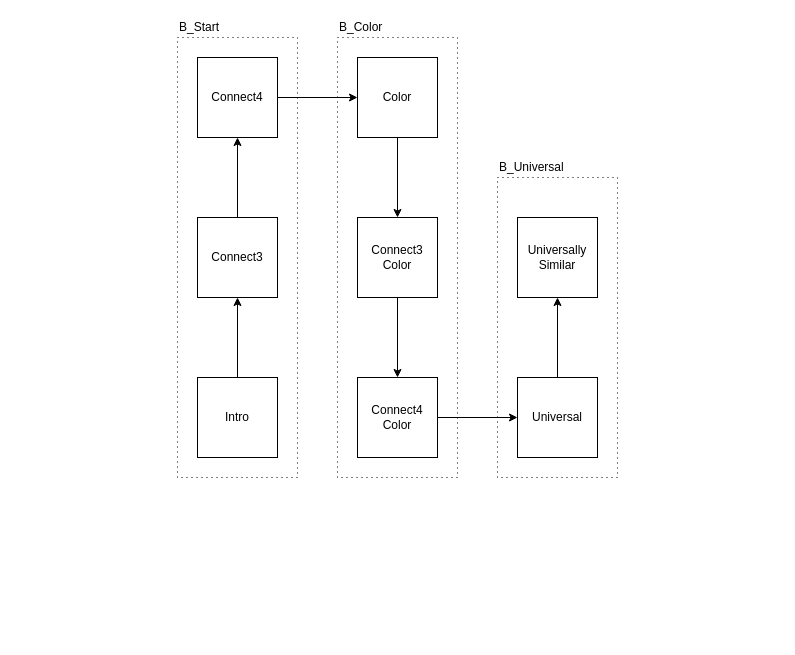
NodalGame/Nodal keeps this draw.io diagram as page "Campaign" (2 of 9) of docs/NodalCampaign.drawio. Above is the earlier version. Source tidied: cells renumbered, new cells numbered last; positions are measured from the earlier drawing's top-left corner, leaving out a move shared by most shapes. Both pictures are drawn from the tidied source at 100%, with x=0, y=0 at pixel (177, 17).
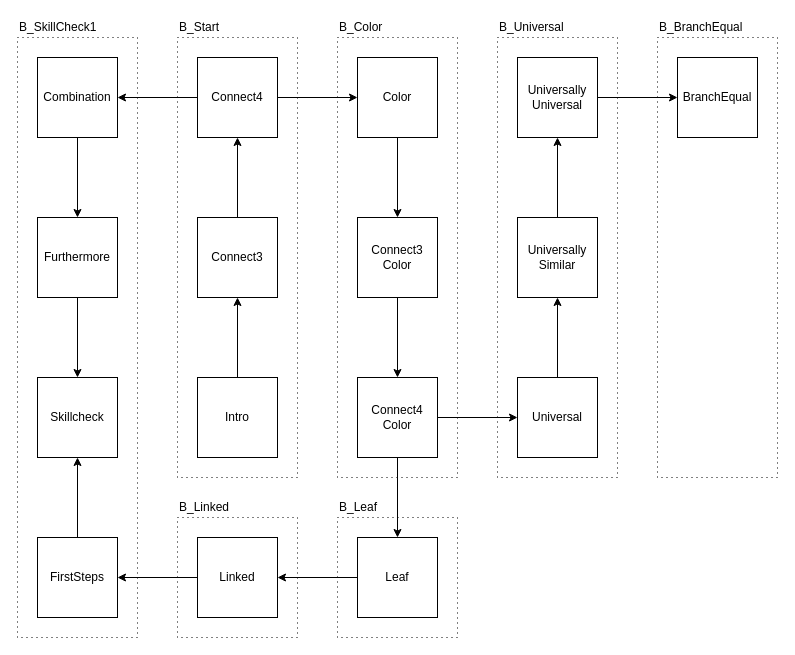
The same page after the edit.

Unchanged cells that the change refers to:
```xml
<mxCell id="9" value="Connect4" style="rounded=0;whiteSpace=wrap;html=1;" parent="1" vertex="1">
  <mxGeometry x="20" y="40" width="80" height="80" as="geometry" />
</mxCell>
<mxCell id="17" value="Connect4&lt;br&gt;Color" style="rounded=0;whiteSpace=wrap;html=1;" parent="1" vertex="1">
  <mxGeometry x="180" y="360" width="80" height="80" as="geometry" />
</mxCell>
<mxCell id="22" value="Universally&lt;br&gt;Similar" style="rounded=0;whiteSpace=wrap;html=1;" parent="1" vertex="1">
  <mxGeometry x="340" y="200" width="80" height="80" as="geometry" />
</mxCell>
```

The edit, as a diff of the source:
```diff
@@
+    <mxCell id="23" style="rounded=0;whiteSpace=wrap;html=1;fillColor=none;dashed=1;dashPattern=1 4;" parent="1" vertex="1">
+      <mxGeometry x="480" y="20" width="120" height="440" as="geometry" />
+    </mxCell>
+    <mxCell id="12" style="rounded=0;whiteSpace=wrap;html=1;fillColor=none;dashed=1;dashPattern=1 4;" parent="1" vertex="1">
+      <mxGeometry y="20" width="120" height="440" as="geometry" />
+    </mxCell>
     <mxCell id="2" style="rounded=0;whiteSpace=wrap;html=1;fillColor=none;dashed=1;dashPattern=1 4;" parent="1" vertex="1">
-      <mxGeometry x="320" y="160" width="120" height="300" as="geometry" />
+      <mxGeometry x="320" y="20" width="120" height="440" as="geometry" />
     </mxCell>
@@
+    <mxCell id="24" style="edgeStyle=orthogonalEdgeStyle;rounded=0;jettySize=auto;html=1;" parent="1" edge="1" source="9" target="29">
+      <mxGeometry relative="1" as="geometry" />
+    </mxCell>
@@
-    <mxCell id="12" style="rounded=0;whiteSpace=wrap;html=1;fillColor=none;dashed=1;dashPattern=1 4;" parent="1" vertex="1">
-      <mxGeometry y="20" width="120" height="440" as="geometry" />
-    </mxCell>
@@
+    <mxCell id="25" style="edgeStyle=orthogonalEdgeStyle;rounded=0;jettySize=auto;html=1;" parent="1" edge="1" source="17" target="32">
+      <mxGeometry relative="1" as="geometry" />
+    </mxCell>
@@
     <mxCell id="21" value="B_Universal" style="text;html=1;align=left;verticalAlign=middle;whiteSpace=wrap;rounded=0;" parent="1" vertex="1">
-      <mxGeometry x="320" y="140" width="70" height="20" as="geometry" />
+      <mxGeometry x="320" width="70" height="20" as="geometry" />
     </mxCell>
+    <mxCell id="26" style="edgeStyle=orthogonalEdgeStyle;rounded=0;jettySize=auto;html=1;" parent="1" edge="1" source="22" target="37">
+      <mxGeometry relative="1" as="geometry" />
+    </mxCell>
@@
+    <mxCell id="27" style="rounded=0;whiteSpace=wrap;html=1;fillColor=none;dashed=1;dashPattern=1 4;" parent="1" vertex="1">
+      <mxGeometry x="-160" y="20" width="120" height="600" as="geometry" />
+    </mxCell>
+    <mxCell id="28" style="edgeStyle=orthogonalEdgeStyle;rounded=0;jettySize=auto;html=1;" parent="1" edge="1" source="29" target="39">
+      <mxGeometry relative="1" as="geometry" />
+    </mxCell>
+    <mxCell id="29" value="Combination" style="rounded=0;whiteSpace=wrap;html=1;" parent="1" vertex="1">
+      <mxGeometry x="-140" y="40" width="80" height="80" as="geometry" />
+    </mxCell>
+    <mxCell id="30" style="rounded=0;whiteSpace=wrap;html=1;fillColor=none;dashed=1;dashPattern=1 4;" parent="1" vertex="1">
+      <mxGeometry x="160" y="500" width="120" height="120" as="geometry" />
+    </mxCell>
+    <mxCell id="31" style="edgeStyle=orthogonalEdgeStyle;rounded=0;jettySize=auto;html=1;" parent="1" edge="1" source="32" target="43">
+      <mxGeometry relative="1" as="geometry" />
+    </mxCell>
+    <mxCell id="32" value="Leaf" style="rounded=0;whiteSpace=wrap;html=1;" parent="1" vertex="1">
+      <mxGeometry x="180" y="520" width="80" height="80" as="geometry" />
+    </mxCell>
+    <mxCell id="33" value="BranchEqual" style="rounded=0;whiteSpace=wrap;html=1;" parent="1" vertex="1">
+      <mxGeometry x="500" y="40" width="80" height="80" as="geometry" />
+    </mxCell>
+    <mxCell id="34" value="B_BranchEqual" style="text;html=1;align=left;verticalAlign=middle;whiteSpace=wrap;rounded=0;" parent="1" vertex="1">
+      <mxGeometry x="480" width="60" height="20" as="geometry" />
+    </mxCell>
+    <mxCell id="35" value="B_Leaf" style="text;html=1;align=left;verticalAlign=middle;whiteSpace=wrap;rounded=0;" parent="1" vertex="1">
+      <mxGeometry x="160" y="480" width="60" height="20" as="geometry" />
+    </mxCell>
+    <mxCell id="36" style="edgeStyle=orthogonalEdgeStyle;rounded=0;jettySize=auto;html=1;" parent="1" edge="1" source="37" target="33">
+      <mxGeometry relative="1" as="geometry" />
+    </mxCell>
+    <mxCell id="37" value="Universally&lt;br&gt;Universal" style="rounded=0;whiteSpace=wrap;html=1;" parent="1" vertex="1">
+      <mxGeometry x="340" y="40" width="80" height="80" as="geometry" />
+    </mxCell>
+    <mxCell id="38" style="edgeStyle=orthogonalEdgeStyle;rounded=0;jettySize=auto;html=1;" parent="1" edge="1" source="39" target="40">
+      <mxGeometry relative="1" as="geometry" />
+    </mxCell>
+    <mxCell id="39" value="Furthermore" style="rounded=0;whiteSpace=wrap;html=1;" parent="1" vertex="1">
+      <mxGeometry x="-140" y="200" width="80" height="80" as="geometry" />
+    </mxCell>
+    <mxCell id="40" value="Skillcheck" style="rounded=0;whiteSpace=wrap;html=1;" parent="1" vertex="1">
+      <mxGeometry x="-140" y="360" width="80" height="80" as="geometry" />
+    </mxCell>
+    <mxCell id="41" style="rounded=0;whiteSpace=wrap;html=1;fillColor=none;dashed=1;dashPattern=1 4;" parent="1" vertex="1">
+      <mxGeometry y="500" width="120" height="120" as="geometry" />
+    </mxCell>
+    <mxCell id="42" style="edgeStyle=orthogonalEdgeStyle;rounded=0;jettySize=auto;html=1;exitX=0;exitY=0.5;exitDx=0;exitDy=0;entryX=1;entryY=0.5;entryDx=0;entryDy=0;" parent="1" edge="1" source="43" target="46">
+      <mxGeometry relative="1" as="geometry" />
+    </mxCell>
+    <mxCell id="43" value="Linked" style="rounded=0;whiteSpace=wrap;html=1;" parent="1" vertex="1">
+      <mxGeometry x="20" y="520" width="80" height="80" as="geometry" />
+    </mxCell>
+    <mxCell id="44" value="B_Linked" style="text;html=1;align=left;verticalAlign=middle;whiteSpace=wrap;rounded=0;" parent="1" vertex="1">
+      <mxGeometry y="480" width="60" height="20" as="geometry" />
+    </mxCell>
+    <mxCell id="45" style="edgeStyle=orthogonalEdgeStyle;rounded=0;jettySize=auto;html=1;" parent="1" edge="1" source="46" target="40">
+      <mxGeometry relative="1" as="geometry" />
+    </mxCell>
+    <mxCell id="46" value="FirstSteps" style="rounded=0;whiteSpace=wrap;html=1;" parent="1" vertex="1">
+      <mxGeometry x="-140" y="520" width="80" height="80" as="geometry" />
+    </mxCell>
+    <mxCell id="47" value="B_SkillCheck1" style="text;html=1;align=left;verticalAlign=middle;whiteSpace=wrap;rounded=0;" parent="1" vertex="1">
+      <mxGeometry x="-160" width="60" height="20" as="geometry" />
+    </mxCell>
```
